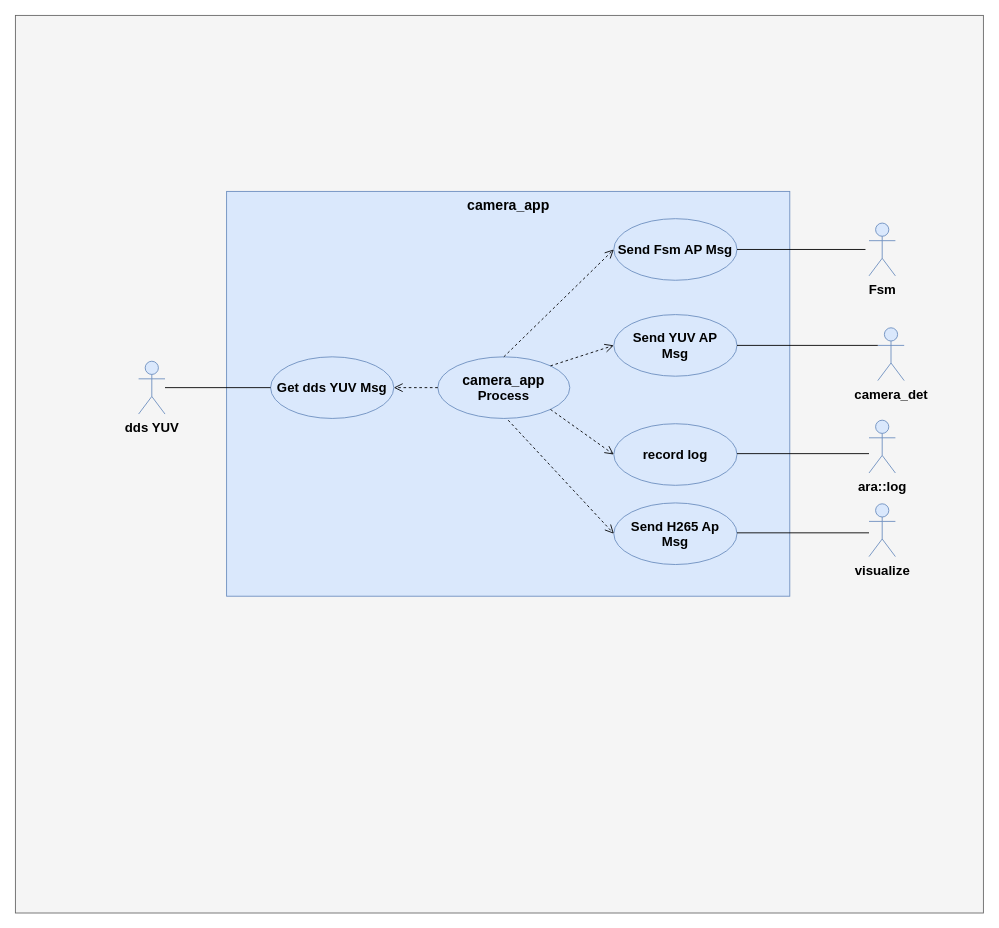
The draw.io diagram camera_app用例.drawio in xiaoleli/diagrams, before the edit. Source tidied: cells renumbered, new cells numbered last; positions are measured from the earlier drawing's top-left corner, leaving out a move shared by most shapes. Both pictures are drawn from the tidied source at 88%, with x=0, y=0 at pixel (15, 15).
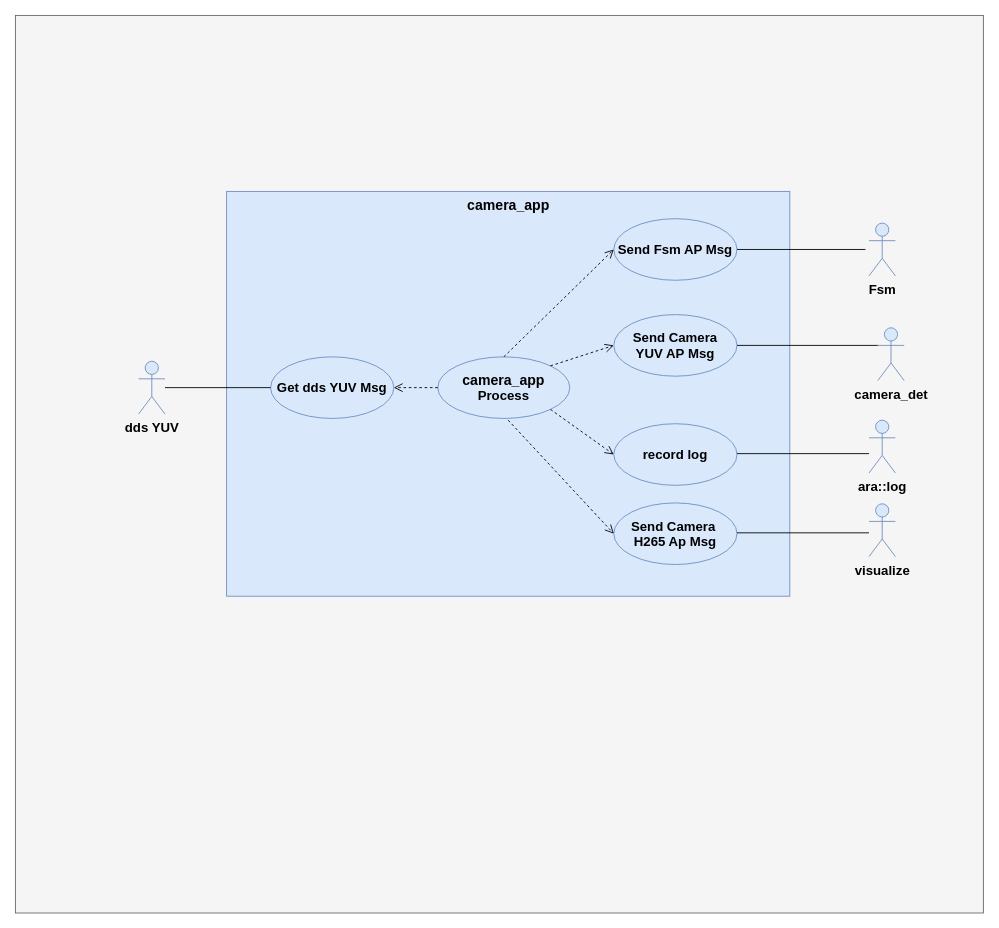
The same diagram, later.

Diff of the diagram source:
```diff
@@
-    <mxCell id="9" value="Send YUV AP&lt;div&gt;Msg&lt;/div&gt;" style="ellipse;whiteSpace=wrap;html=1;fontSize=15;fillColor=#dae8fc;strokeColor=#6c8ebf;fontStyle=1;" parent="1" vertex="1">
+    <mxCell id="9" value="Send Camera&lt;div&gt;YUV AP&amp;nbsp;&lt;span style=&quot;background-color: transparent; color: light-dark(rgb(0, 0, 0), rgb(255, 255, 255));&quot;&gt;Msg&lt;/span&gt;&lt;/div&gt;" style="ellipse;whiteSpace=wrap;html=1;fontSize=15;fillColor=#dae8fc;strokeColor=#6c8ebf;fontStyle=1;" parent="1" vertex="1">
       <mxGeometry x="680" y="340" width="140" height="70" as="geometry" />
     </mxCell>
@@
-    <mxCell id="20" value="Send H265 Ap&lt;div&gt;Msg&lt;/div&gt;" style="ellipse;whiteSpace=wrap;html=1;fontSize=15;fillColor=#dae8fc;strokeColor=#6c8ebf;fontStyle=1;" parent="1" vertex="1">
+    <mxCell id="20" value="Send Camera&amp;nbsp;&lt;div&gt;H265 Ap&amp;nbsp;&lt;span style=&quot;background-color: transparent; color: light-dark(rgb(0, 0, 0), rgb(255, 255, 255));&quot;&gt;Msg&lt;/span&gt;&lt;/div&gt;" style="ellipse;whiteSpace=wrap;html=1;fontSize=15;fillColor=#dae8fc;strokeColor=#6c8ebf;fontStyle=1;" parent="1" vertex="1">
       <mxGeometry x="680" y="554" width="140" height="70" as="geometry" />
     </mxCell>
```
